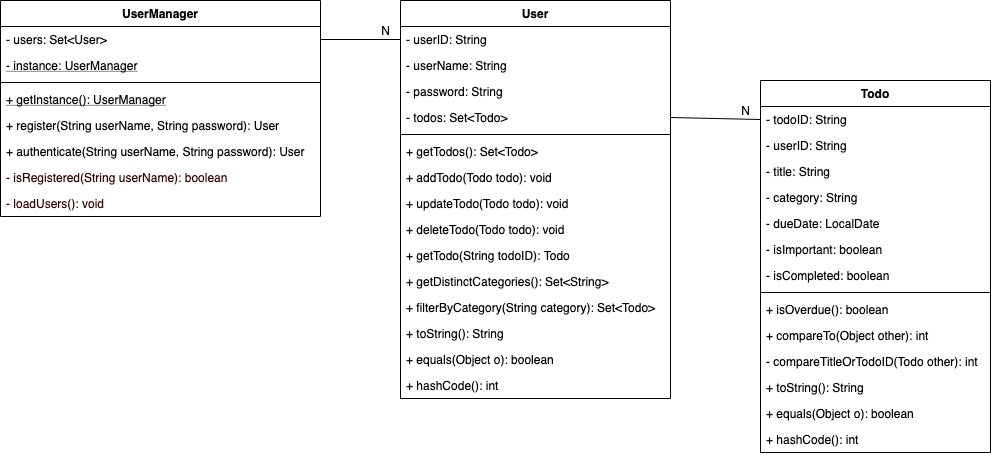
The draw.io diagram docs/DomainModel.png in codeyard/bfh-todoapp, before a commit. Source tidied: cells renumbered, new cells last; positions are measured from the earlier drawing's top-left corner, leaving out a move shared by most shapes.
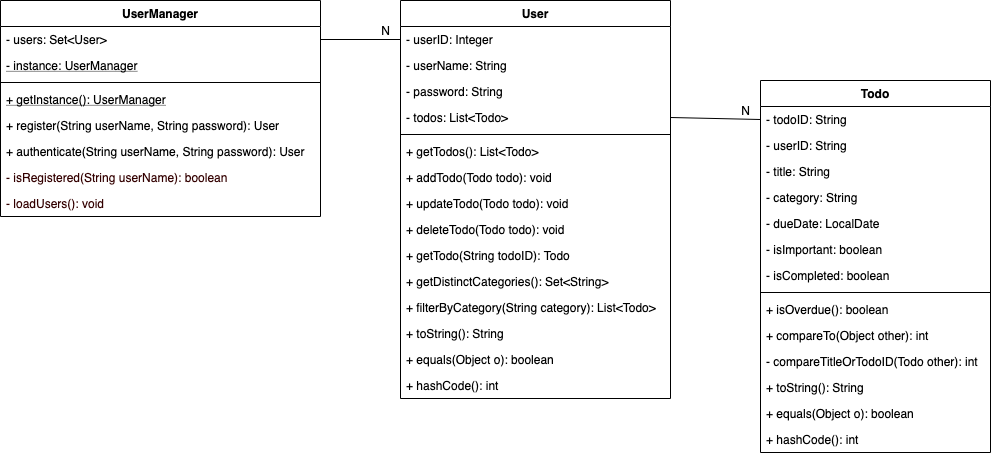
Later version of the same file.

Commit message:
Update Domain Model doc to reflect changes from UUID to Integer IDs and Set to List

The edit, as a diff of the source:
```diff
@@ -5,7 +5,7 @@
     <mxCell id="2" value="User" style="swimlane;fontStyle=1;align=center;verticalAlign=top;horizontal=1;startSize=26;" parent="1" vertex="1">
       <mxGeometry x="400" width="270" height="398" as="geometry" />
     </mxCell>
-    <mxCell id="3" value="- userID: String&#10;" style="text;strokeColor=none;fillColor=none;align=left;verticalAlign=top;spacingLeft=4;spacingRight=4;overflow=hidden;points=[[0,0.5],[1,0.5]];portConstraint=eastwest;" parent="2" vertex="1">
+    <mxCell id="3" value="- userID: Integer&#10;" style="text;strokeColor=none;fillColor=none;align=left;verticalAlign=top;spacingLeft=4;spacingRight=4;overflow=hidden;points=[[0,0.5],[1,0.5]];portConstraint=eastwest;" parent="2" vertex="1">
       <mxGeometry y="26" width="270" height="26" as="geometry" />
     </mxCell>
     <mxCell id="4" value="- userName: String&#10;" style="text;strokeColor=none;fillColor=none;align=left;verticalAlign=top;spacingLeft=4;spacingRight=4;overflow=hidden;" parent="2" vertex="1">
@@ -14,13 +14,13 @@
     <mxCell id="5" value="- password: String&#10;" style="text;strokeColor=none;fillColor=none;align=left;verticalAlign=top;spacingLeft=4;spacingRight=4;overflow=hidden;" parent="2" vertex="1">
       <mxGeometry y="78" width="270" height="26" as="geometry" />
     </mxCell>
-    <mxCell id="6" value="- todos: Set&lt;Todo&gt;&#10;" style="text;strokeColor=none;fillColor=none;align=left;verticalAlign=top;spacingLeft=4;spacingRight=4;overflow=hidden;points=[[0,0.5],[1,0.5]];portConstraint=eastwest;" parent="2" vertex="1">
+    <mxCell id="6" value="- todos: List&lt;Todo&gt;&#10;" style="text;strokeColor=none;fillColor=none;align=left;verticalAlign=top;spacingLeft=4;spacingRight=4;overflow=hidden;points=[[0,0.5],[1,0.5]];portConstraint=eastwest;" parent="2" vertex="1">
       <mxGeometry y="104" width="270" height="26" as="geometry" />
     </mxCell>
     <mxCell id="7" style="line;strokeWidth=1;fillColor=none;align=left;verticalAlign=middle;spacingTop=-1;spacingLeft=3;spacingRight=3;labelPosition=right;" parent="2" vertex="1">
       <mxGeometry y="130" width="270" height="8" as="geometry" />
     </mxCell>
-    <mxCell id="8" value="+ getTodos(): Set&lt;Todo&gt;" style="text;strokeColor=none;fillColor=none;align=left;verticalAlign=top;spacingLeft=4;spacingRight=4;overflow=hidden;" parent="2" vertex="1">
+    <mxCell id="8" value="+ getTodos(): List&lt;Todo&gt;" style="text;strokeColor=none;fillColor=none;align=left;verticalAlign=top;spacingLeft=4;spacingRight=4;overflow=hidden;" parent="2" vertex="1">
       <mxGeometry y="138" width="270" height="26" as="geometry" />
     </mxCell>
     <mxCell id="9" value="+ addTodo(Todo todo): void" style="text;strokeColor=none;fillColor=none;align=left;verticalAlign=top;spacingLeft=4;spacingRight=4;overflow=hidden;" parent="2" vertex="1">
@@ -38,7 +38,7 @@
     <mxCell id="13" value="+ getDistinctCategories(): Set&lt;String&gt;" style="text;strokeColor=none;fillColor=none;align=left;verticalAlign=top;spacingLeft=4;spacingRight=4;overflow=hidden;" parent="2" vertex="1">
       <mxGeometry y="268" width="270" height="26" as="geometry" />
     </mxCell>
-    <mxCell id="14" value="+ filterByCategory(String category): Set&lt;Todo&gt;" style="text;strokeColor=none;fillColor=none;align=left;verticalAlign=top;spacingLeft=4;spacingRight=4;overflow=hidden;" parent="2" vertex="1">
+    <mxCell id="14" value="+ filterByCategory(String category): List&lt;Todo&gt;" style="text;strokeColor=none;fillColor=none;align=left;verticalAlign=top;spacingLeft=4;spacingRight=4;overflow=hidden;" parent="2" vertex="1">
       <mxGeometry y="294" width="270" height="26" as="geometry" />
     </mxCell>
     <mxCell id="15" value="+ toString(): String" style="text;strokeColor=none;fillColor=none;align=left;verticalAlign=top;spacingLeft=4;spacingRight=4;overflow=hidden;" parent="2" vertex="1">
```
